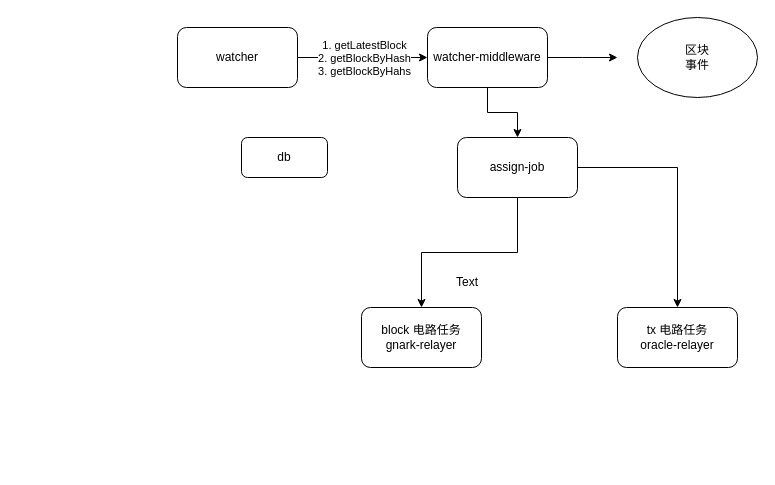
Before: refactor-relayer.drawio in chixiaowen/drawio, a draw.io diagram. Source tidied: cells renumbered, new cells numbered last; positions are measured from the earlier drawing's top-left corner, leaving out a move shared by most shapes. Both pictures are drawn from the tidied source at 100%, with x=0, y=0 at pixel (177, 17).
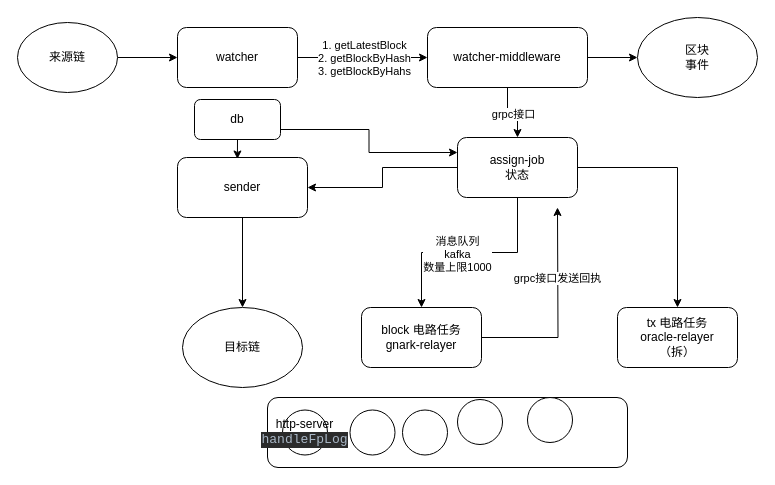
The same diagram, later.

Unchanged cells that the change refers to:
```xml
<mxCell id="4" value="watcher" style="rounded=1;whiteSpace=wrap;html=1;" parent="1" vertex="1">
  <mxGeometry y="10" width="120" height="60" as="geometry" />
</mxCell>
<mxCell id="5" style="edgeStyle=orthogonalEdgeStyle;rounded=0;jettySize=auto;html=1;" parent="1" edge="1" source="7" target="10">
  <mxGeometry relative="1" as="geometry" />
</mxCell>
<mxCell id="8" style="edgeStyle=orthogonalEdgeStyle;rounded=0;jettySize=auto;html=1;" parent="1" edge="1" source="10" target="11">
  <mxGeometry relative="1" as="geometry" />
</mxCell>
<mxCell id="11" value="block 电路任务&lt;br&gt;gnark-relayer" style="rounded=1;whiteSpace=wrap;html=1;" parent="1" vertex="1">
  <mxGeometry x="184" y="290" width="120" height="60" as="geometry" />
</mxCell>
<mxCell id="14" value="区块&lt;br&gt;事件" style="ellipse;whiteSpace=wrap;html=1;" parent="1" vertex="1">
  <mxGeometry x="460" width="120" height="80" as="geometry" />
</mxCell>
```

What changed in the source:
```diff
@@
+    <mxCell id="16" value="grpc接口" style="edgeLabel;html=1;align=center;verticalAlign=middle;" parent="5" vertex="1">
+      <mxGeometry y="-1" relative="1" as="geometry" />
+    </mxCell>
-    <mxCell id="6" style="edgeStyle=orthogonalEdgeStyle;rounded=0;jettySize=auto;html=1;" parent="1" edge="1" source="7">
-      <mxGeometry relative="1" as="geometry">
-        <mxPoint x="440" y="40" as="targetPoint" />
-      </mxGeometry>
+    <mxCell id="6" style="edgeStyle=orthogonalEdgeStyle;rounded=0;jettySize=auto;html=1;" parent="1" edge="1" source="7" target="14">
+      <mxGeometry relative="1" as="geometry" />
     </mxCell>
     <mxCell id="7" value="watcher-middleware" style="rounded=1;whiteSpace=wrap;html=1;" parent="1" vertex="1">
-      <mxGeometry x="250" y="10" width="120" height="60" as="geometry" />
+      <mxGeometry x="250" y="10" width="160" height="60" as="geometry" />
     </mxCell>
@@
+    <mxCell id="17" value="消息队列&lt;br&gt;kafka&lt;br&gt;数量上限1000" style="edgeLabel;html=1;align=center;verticalAlign=middle;" parent="8" vertex="1">
+      <mxGeometry x="0.13" y="1" relative="1" as="geometry" />
+    </mxCell>
@@
+    <mxCell id="18" style="edgeStyle=orthogonalEdgeStyle;rounded=0;jettySize=auto;html=1;entryX=1;entryY=0.5;entryDx=0;entryDy=0;" parent="1" edge="1" source="10" target="30">
+      <mxGeometry relative="1" as="geometry" />
+    </mxCell>
-    <mxCell id="10" value="assign-job" style="rounded=1;whiteSpace=wrap;html=1;" parent="1" vertex="1">
+    <mxCell id="10" value="assign-job&lt;br&gt;状态" style="rounded=1;whiteSpace=wrap;html=1;" parent="1" vertex="1">
       <mxGeometry x="280" y="120" width="120" height="60" as="geometry" />
     </mxCell>
+    <mxCell id="19" style="edgeStyle=orthogonalEdgeStyle;rounded=0;jettySize=auto;html=1;" parent="1" edge="1" source="11">
+      <mxGeometry relative="1" as="geometry">
+        <mxPoint x="380" y="190" as="targetPoint" />
+      </mxGeometry>
+    </mxCell>
+    <mxCell id="20" value="grpc接口发送回执" style="edgeLabel;html=1;align=center;verticalAlign=middle;" parent="19" vertex="1">
+      <mxGeometry x="0.32" y="1" relative="1" as="geometry" />
+    </mxCell>
@@
-    <mxCell id="12" value="tx 电路任务&lt;br&gt;oracle-relayer" style="rounded=1;whiteSpace=wrap;html=1;" parent="1" vertex="1">
+    <mxCell id="12" value="tx 电路任务&lt;br&gt;oracle-relayer&lt;br&gt;（拆）" style="rounded=1;whiteSpace=wrap;html=1;" parent="1" vertex="1">
       <mxGeometry x="440" y="290" width="120" height="60" as="geometry" />
     </mxCell>
-    <mxCell id="13" value="Text" style="text;strokeColor=none;align=center;fillColor=none;html=1;verticalAlign=middle;whiteSpace=wrap;rounded=0;" parent="1" vertex="1">
-      <mxGeometry x="260" y="250" width="60" height="30" as="geometry" />
-    </mxCell>
@@
+    <mxCell id="21" style="edgeStyle=orthogonalEdgeStyle;rounded=0;jettySize=auto;html=1;exitX=0.5;exitY=1;exitDx=0;exitDy=0;entryX=0.461;entryY=0.025;entryDx=0;entryDy=0;entryPerimeter=0;" parent="1" edge="1" source="15" target="30">
+      <mxGeometry relative="1" as="geometry" />
+    </mxCell>
+    <mxCell id="22" style="edgeStyle=orthogonalEdgeStyle;rounded=0;jettySize=auto;html=1;exitX=1;exitY=0.75;exitDx=0;exitDy=0;entryX=0;entryY=0.25;entryDx=0;entryDy=0;" parent="1" edge="1" source="15" target="10">
+      <mxGeometry relative="1" as="geometry" />
+    </mxCell>
     <mxCell id="15" value="db" style="rounded=1;whiteSpace=wrap;html=1;" parent="1" vertex="1">
-      <mxGeometry x="64" y="120" width="86" height="40" as="geometry" />
+      <mxGeometry x="17" y="82" width="86" height="40" as="geometry" />
     </mxCell>
+    <mxCell id="23" style="rounded=1;whiteSpace=wrap;html=1;" parent="1" vertex="1">
+      <mxGeometry x="90" y="380" width="360" height="70" as="geometry" />
+    </mxCell>
+    <mxCell id="24" value="http-server&lt;br&gt;&lt;div style=&quot;background-color: rgb(43, 43, 43); color: rgb(169, 183, 198); font-family: &amp;quot;JetBrains Mono&amp;quot;, monospace; font-size: 9.8pt;&quot;&gt;handleFpLog&lt;/div&gt;" style="ellipse;whiteSpace=wrap;html=1;" parent="1" vertex="1">
+      <mxGeometry x="105" y="392.5" width="45" height="45" as="geometry" />
+    </mxCell>
+    <mxCell id="25" style="ellipse;whiteSpace=wrap;html=1;" parent="1" vertex="1">
+      <mxGeometry x="172.5" y="392.5" width="45" height="45" as="geometry" />
+    </mxCell>
+    <mxCell id="26" style="ellipse;whiteSpace=wrap;html=1;" parent="1" vertex="1">
+      <mxGeometry x="225" y="392.5" width="45" height="45" as="geometry" />
+    </mxCell>
+    <mxCell id="27" style="ellipse;whiteSpace=wrap;html=1;" parent="1" vertex="1">
+      <mxGeometry x="280" y="382" width="45" height="45" as="geometry" />
+    </mxCell>
+    <mxCell id="28" style="ellipse;whiteSpace=wrap;html=1;" parent="1" vertex="1">
+      <mxGeometry x="350" y="380" width="45" height="45" as="geometry" />
+    </mxCell>
+    <mxCell id="29" style="edgeStyle=orthogonalEdgeStyle;rounded=0;jettySize=auto;html=1;entryX=0.5;entryY=0;entryDx=0;entryDy=0;" parent="1" edge="1" source="30" target="31">
+      <mxGeometry relative="1" as="geometry" />
+    </mxCell>
+    <mxCell id="30" value="sender" style="rounded=1;whiteSpace=wrap;html=1;" parent="1" vertex="1">
+      <mxGeometry y="140" width="130" height="60" as="geometry" />
+    </mxCell>
+    <mxCell id="31" value="目标链" style="ellipse;whiteSpace=wrap;html=1;" parent="1" vertex="1">
+      <mxGeometry x="5" y="290" width="120" height="80" as="geometry" />
+    </mxCell>
+    <mxCell id="32" style="edgeStyle=orthogonalEdgeStyle;rounded=0;jettySize=auto;html=1;" parent="1" edge="1" source="33" target="4">
+      <mxGeometry relative="1" as="geometry" />
+    </mxCell>
+    <mxCell id="33" value="来源链" style="ellipse;whiteSpace=wrap;html=1;" parent="1" vertex="1">
+      <mxGeometry x="-160" y="5" width="100" height="70" as="geometry" />
+    </mxCell>
```
